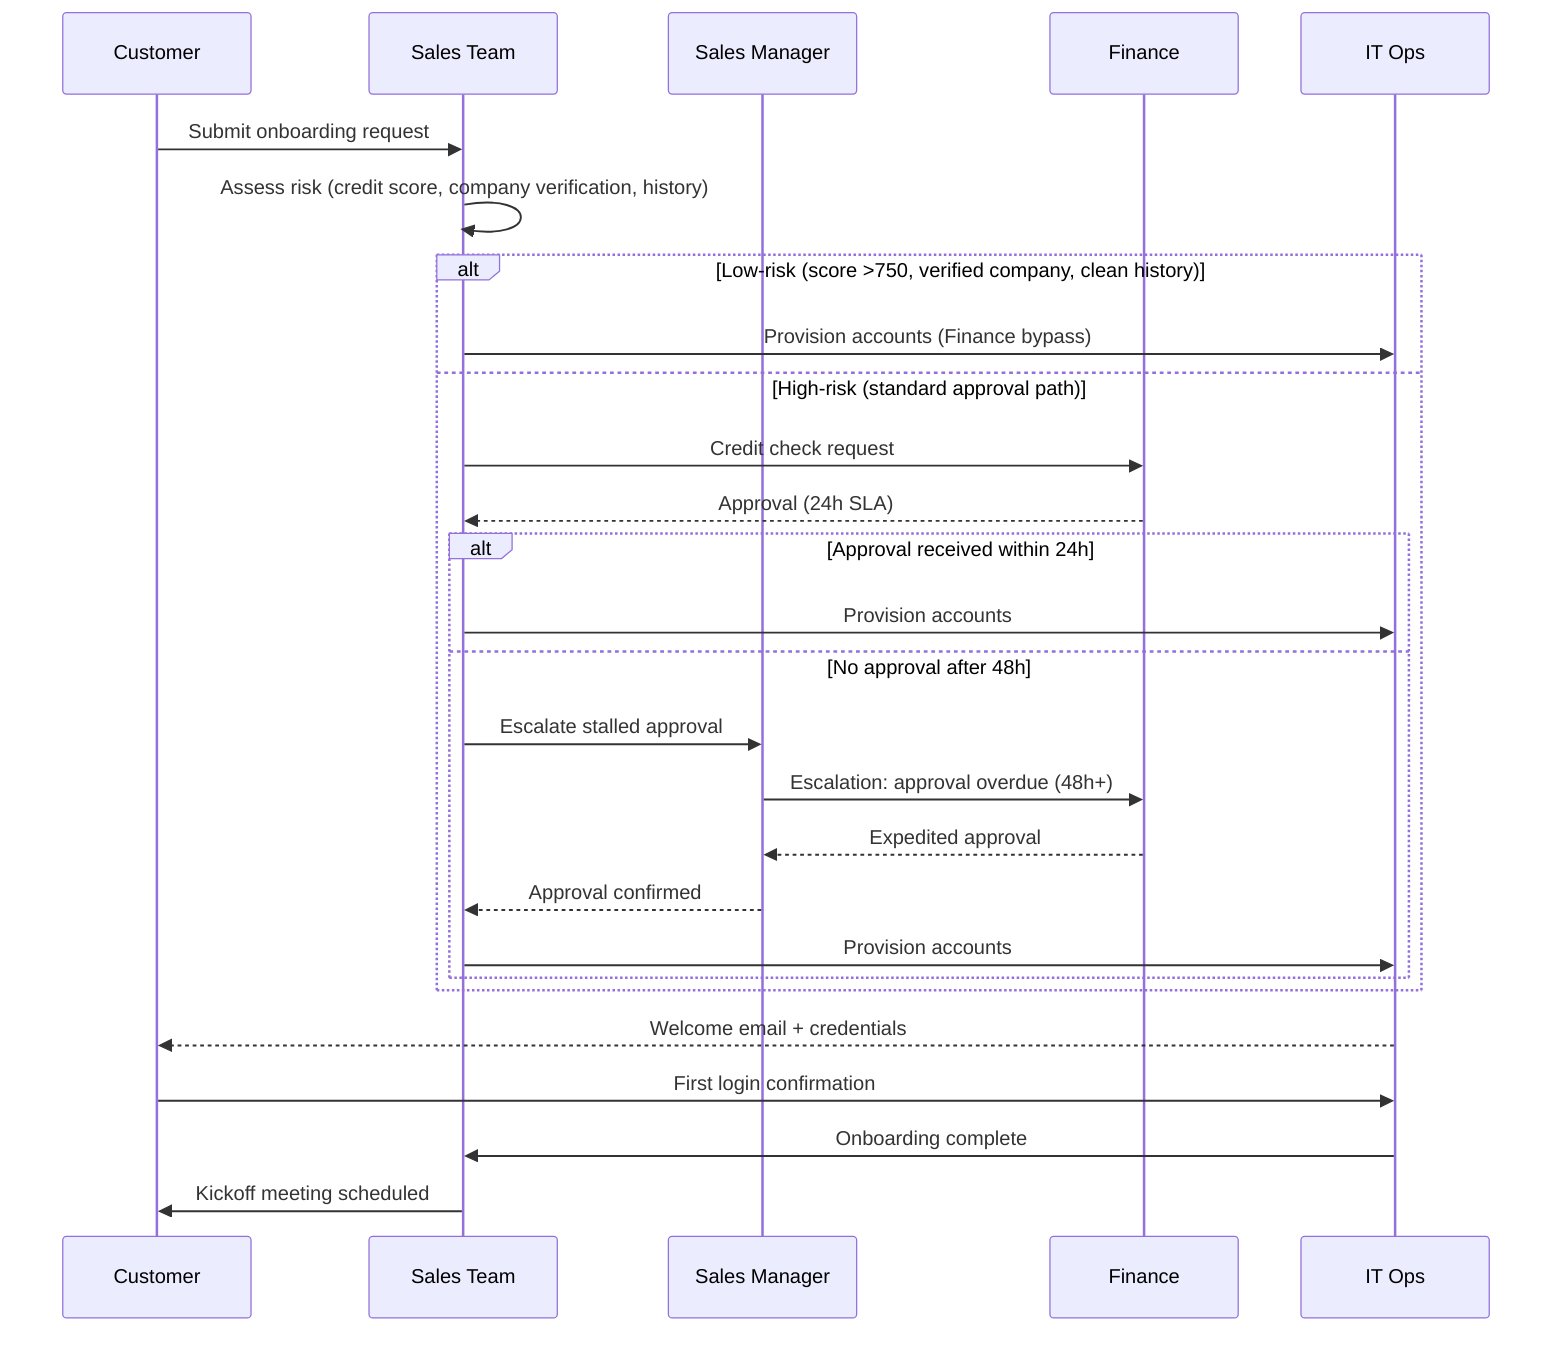
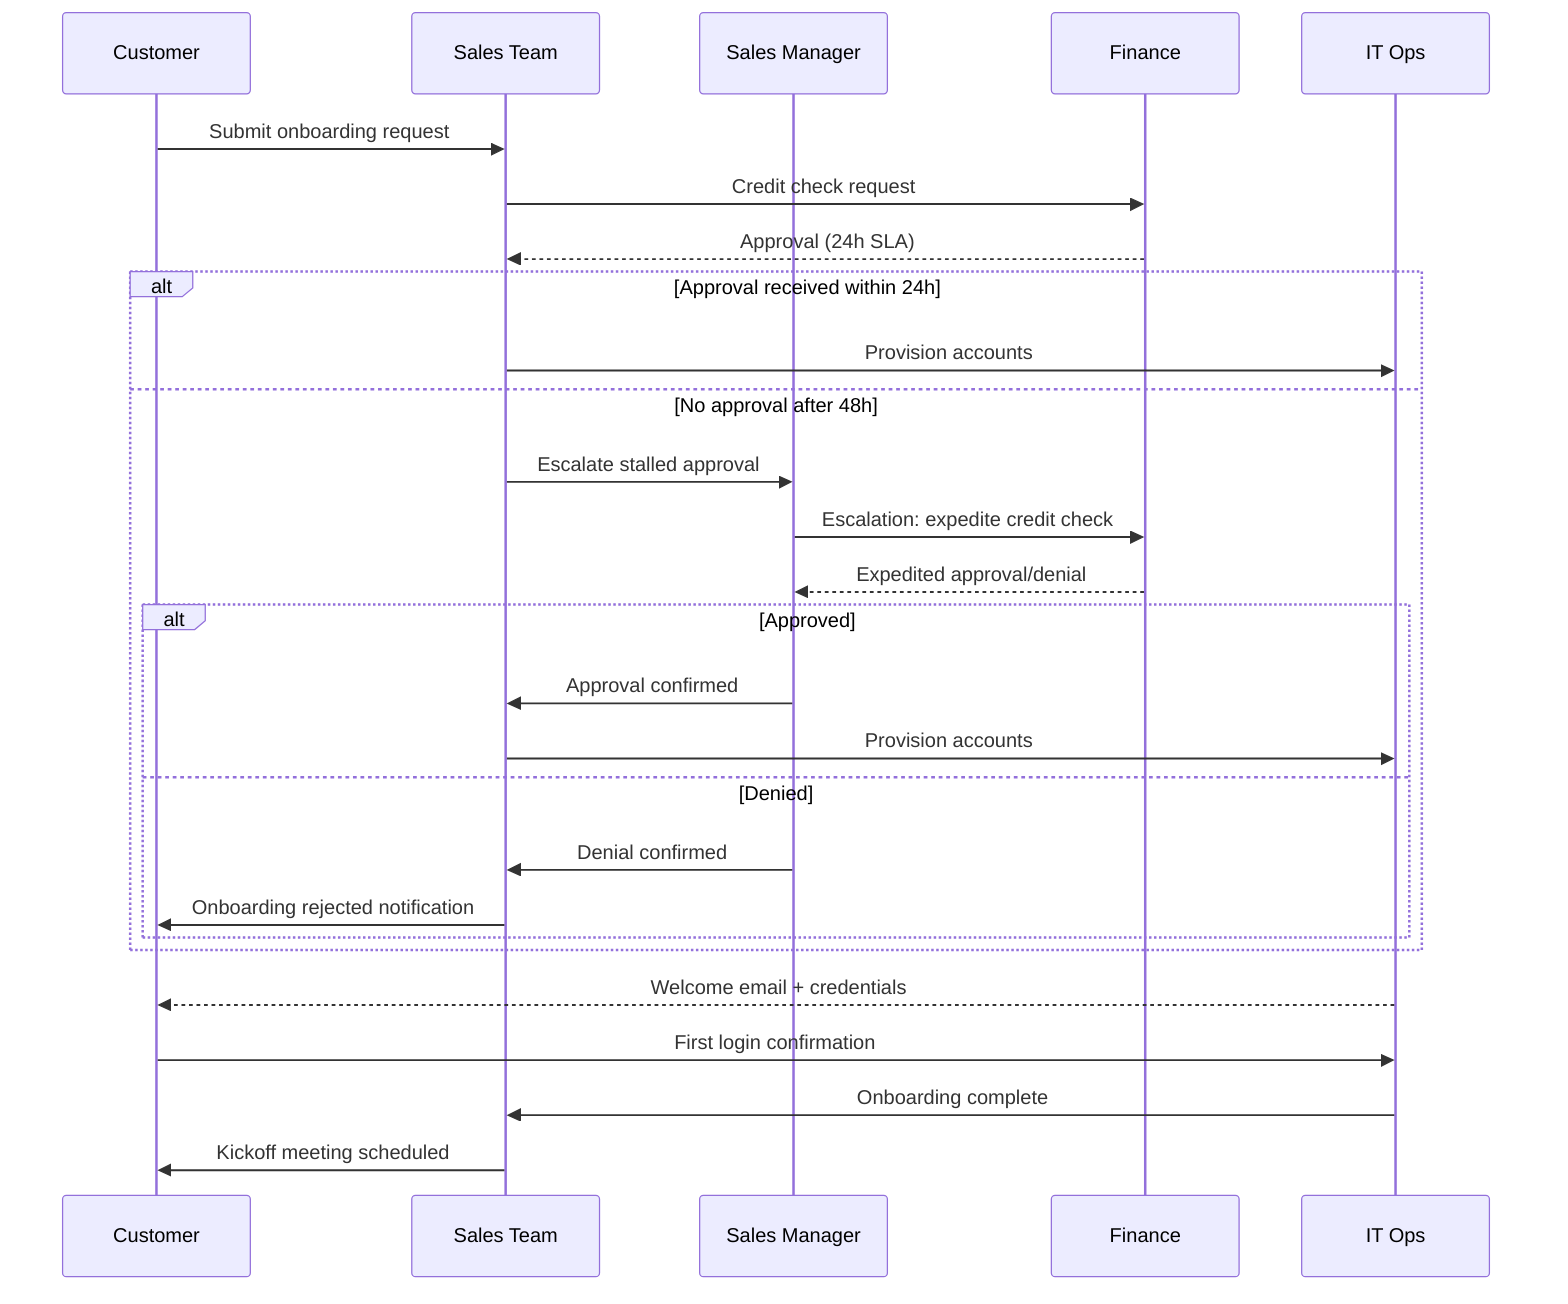
sequenceDiagram
    participant C as Customer
    participant S as Sales Team
    participant M as Sales Manager
    participant F as Finance
    participant IT as IT Ops

    C->>S: Submit onboarding request
+     S->>F: Credit check request
+     F-->>S: Approval (24h SLA)

    %% ⚡ CHANGED SECTION
-     S->>S: Assess risk (credit score, company verification, history)
- 
-     alt Low-risk (score >750, verified company, clean history)
-         S->>IT: Provision accounts (Finance bypass)
-     else High-risk (standard approval path)
-         S->>F: Credit check request
-         F-->>S: Approval (24h SLA)
- 
-         alt Approval received within 24h
+     alt Approval received within 24h
+         S->>IT: Provision accounts
+     else No approval after 48h
+         S->>M: Escalate stalled approval
+         M->>F: Escalation: expedite credit check
+         F-->>M: Expedited approval/denial
+         alt Approved
+             M->>S: Approval confirmed
            S->>IT: Provision accounts
-         else No approval after 48h
-             S->>M: Escalate stalled approval
-             M->>F: Escalation: approval overdue (48h+)
-             F-->>M: Expedited approval
-             M-->>S: Approval confirmed
-             S->>IT: Provision accounts
+         else Denied
+             M->>S: Denial confirmed
+             S->>C: Onboarding rejected notification
        end
    end
    %% ⚡ END CHANGED SECTION

    IT-->>C: Welcome email + credentials
    C->>IT: First login confirmation
    IT->>S: Onboarding complete
    S->>C: Kickoff meeting scheduled